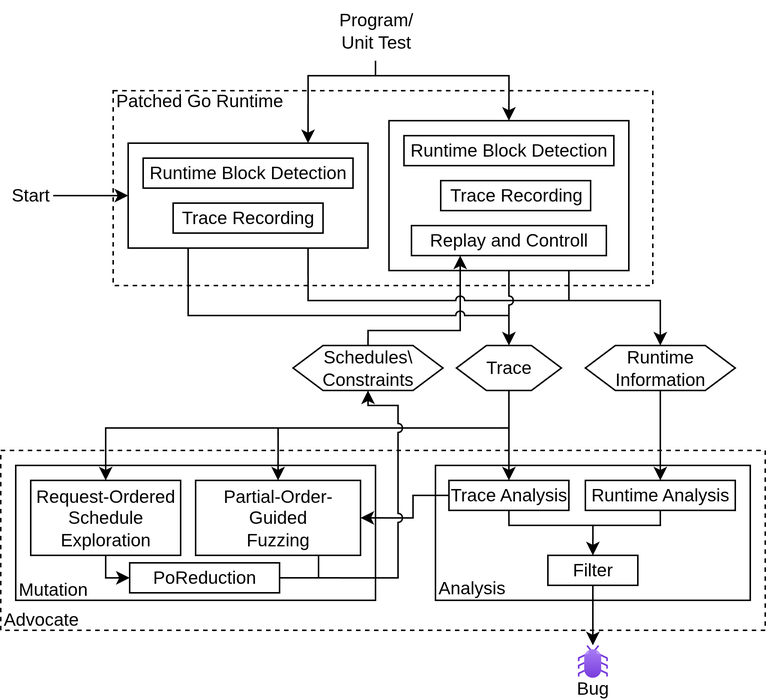
The draw.io diagram doc/img/architecture/architecture.png in ErikKassubek/ADVOCATE, before a commit. Source tidied: cells renumbered, new cells last; positions are measured from the earlier drawing's top-left corner, leaving out a move shared by most shapes.
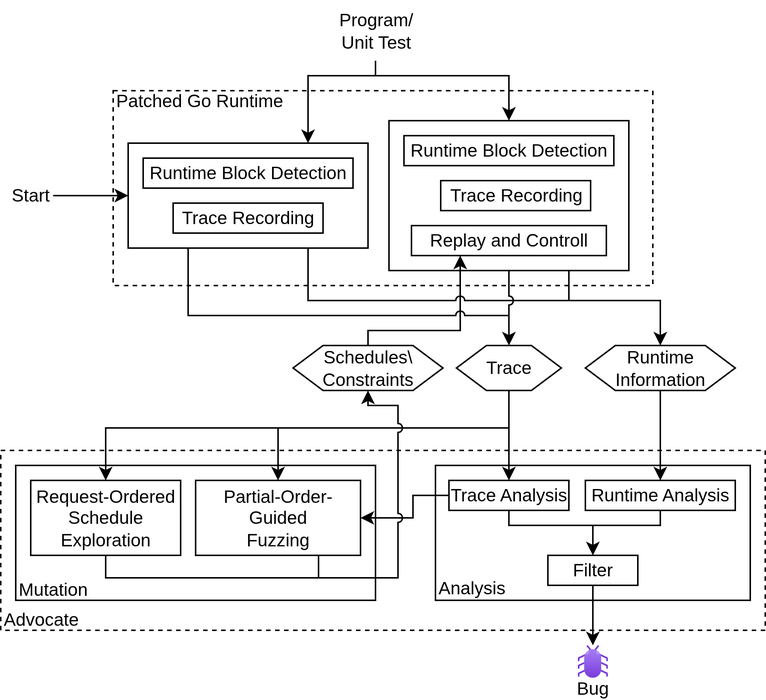
The same diagram one commit later.

Diff of the diagram source:
```diff
@@ -157,8 +157,9 @@
     <mxCell id="35" style="rounded=0;whiteSpace=wrap;html=1;" parent="1" vertex="1">
       <mxGeometry x="10" y="310" width="240" height="90" as="geometry" />
     </mxCell>
-    <mxCell id="36" style="edgeStyle=orthogonalEdgeStyle;rounded=0;jettySize=auto;html=1;exitX=0.5;exitY=1;exitDx=0;exitDy=0;entryX=0;entryY=0.5;entryDx=0;entryDy=0;" parent="1" edge="1" source="38" target="39">
+    <mxCell id="36" style="edgeStyle=orthogonalEdgeStyle;rounded=0;jettySize=auto;html=1;exitX=0.5;exitY=1;exitDx=0;exitDy=0;endArrow=none;endFill=0;" parent="1" edge="1" source="38">
       <mxGeometry relative="1" as="geometry">
+        <mxPoint x="185" y="385" as="targetPoint" />
         <Array as="points">
           <mxPoint x="70" y="385" />
         </Array>
@@ -176,9 +177,6 @@
     <mxCell id="38" value="Request-Ordered Schedule&lt;div&gt;Exploration&lt;/div&gt;" style="rounded=0;whiteSpace=wrap;html=1;" parent="1" vertex="1">
       <mxGeometry x="20" y="320" width="100" height="50" as="geometry" />
     </mxCell>
-    <mxCell id="39" value="PoReduction" style="rounded=0;whiteSpace=wrap;html=1;" parent="1" vertex="1">
-      <mxGeometry x="86" y="375" width="100" height="20" as="geometry" />
-    </mxCell>
     <mxCell id="40" style="edgeStyle=orthogonalEdgeStyle;rounded=0;jettySize=auto;html=1;exitX=0.5;exitY=0;exitDx=0;exitDy=0;endArrow=none;endFill=0;startArrow=classic;startFill=1;" parent="1" edge="1" source="41">
       <mxGeometry relative="1" as="geometry">
         <mxPoint x="335" y="285" as="targetPoint" />
@@ -223,8 +221,9 @@
         </Array>
       </mxGeometry>
     </mxCell>
-    <mxCell id="51" style="edgeStyle=orthogonalEdgeStyle;rounded=0;jettySize=auto;html=1;exitX=1;exitY=0.5;exitDx=0;exitDy=0;entryX=0.5;entryY=1;entryDx=0;entryDy=0;jumpStyle=arc;" parent="1" edge="1" source="39" target="14">
+    <mxCell id="51" style="edgeStyle=orthogonalEdgeStyle;rounded=0;jettySize=auto;html=1;entryX=0.5;entryY=1;entryDx=0;entryDy=0;jumpStyle=arc;" parent="1" edge="1" target="14">
       <mxGeometry relative="1" as="geometry">
+        <mxPoint x="185" y="385" as="sourcePoint" />
         <Array as="points">
           <mxPoint x="265" y="385" />
           <mxPoint x="265" y="270" />
```
